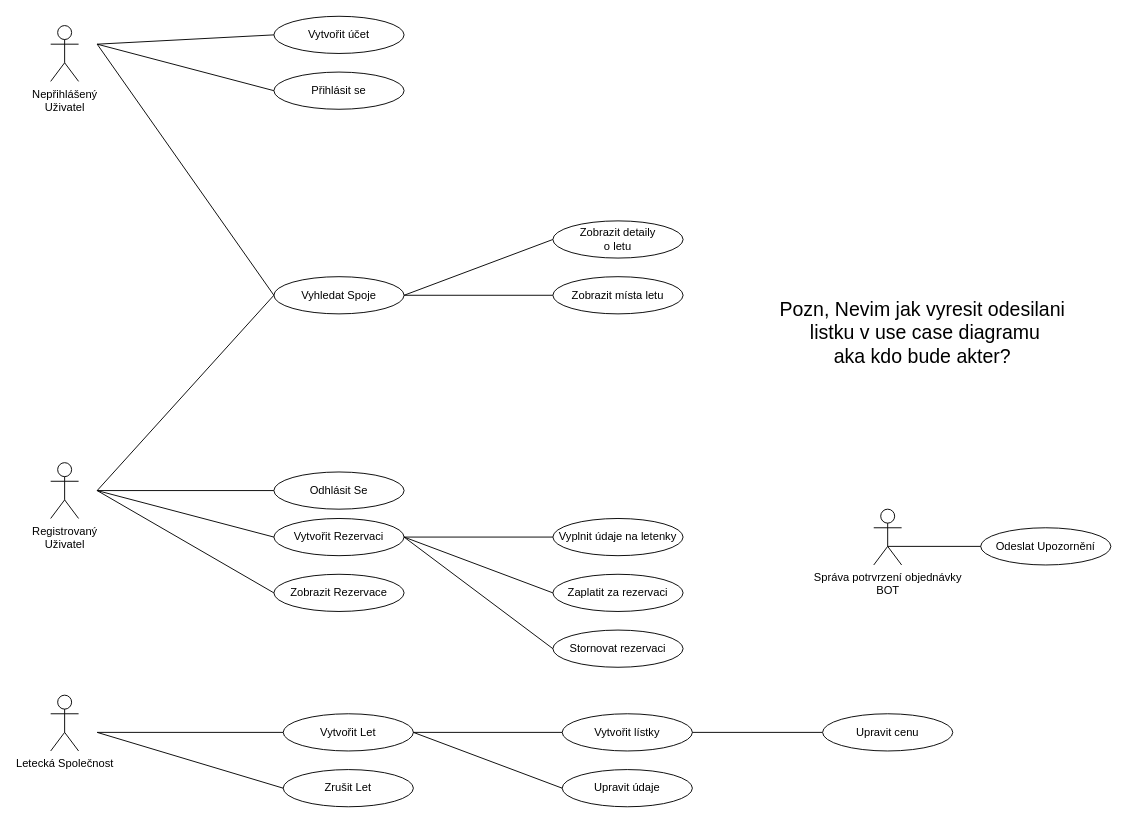
Earlier version of the draw.io diagram use case.drawio (Vacko32/IDSProject). Source tidied: cells renumbered, new cells numbered last; positions are measured from the earlier drawing's top-left corner, leaving out a move shared by most shapes. Both pictures are drawn from the tidied source at 93%, with x=0, y=0 at pixel (50, 16).
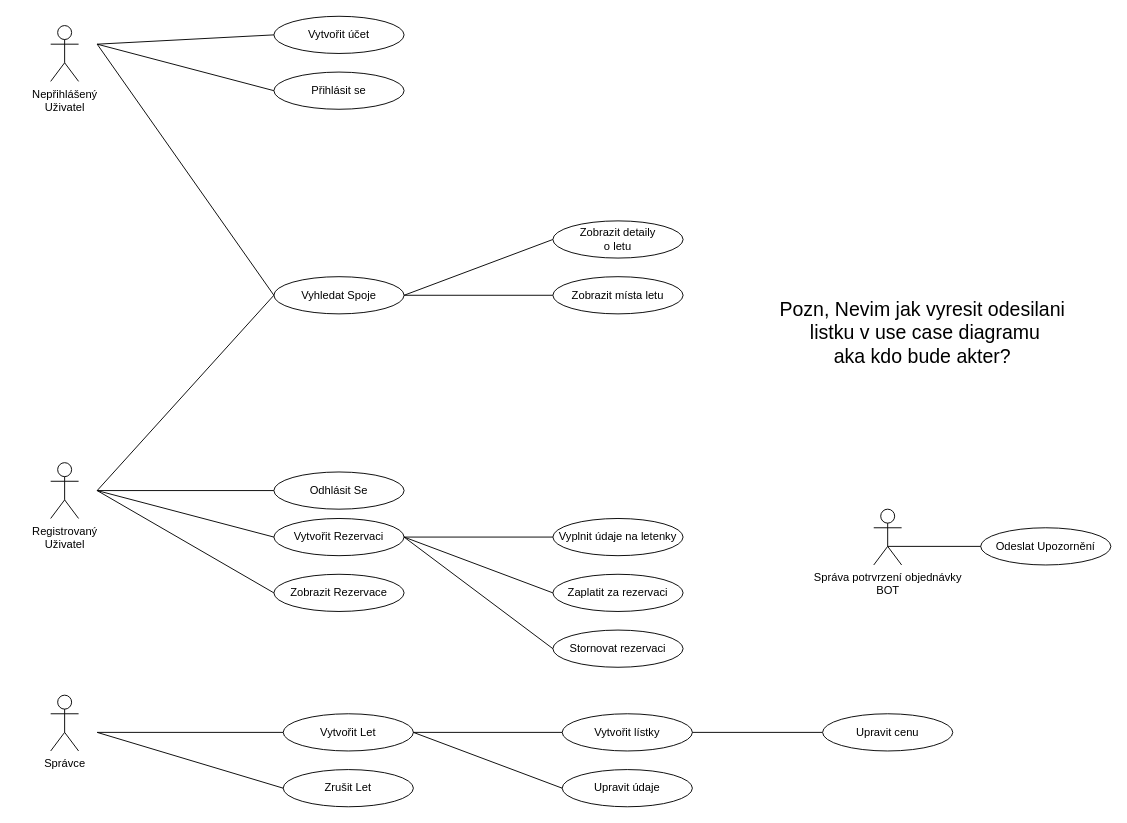
The same page after the edit.

Commit message:
správce pridan

The edit, as a diff of the source:
```diff
@@
-    <mxCell id="28" value="Letecká Společnost" style="shape=umlActor;verticalLabelPosition=bottom;verticalAlign=top;html=1;" parent="1" vertex="1">
+    <mxCell id="28" value="Správce" style="shape=umlActor;verticalLabelPosition=bottom;verticalAlign=top;html=1;" parent="1" vertex="1">
       <mxGeometry y="730" width="30" height="60" as="geometry" />
     </mxCell>
```
